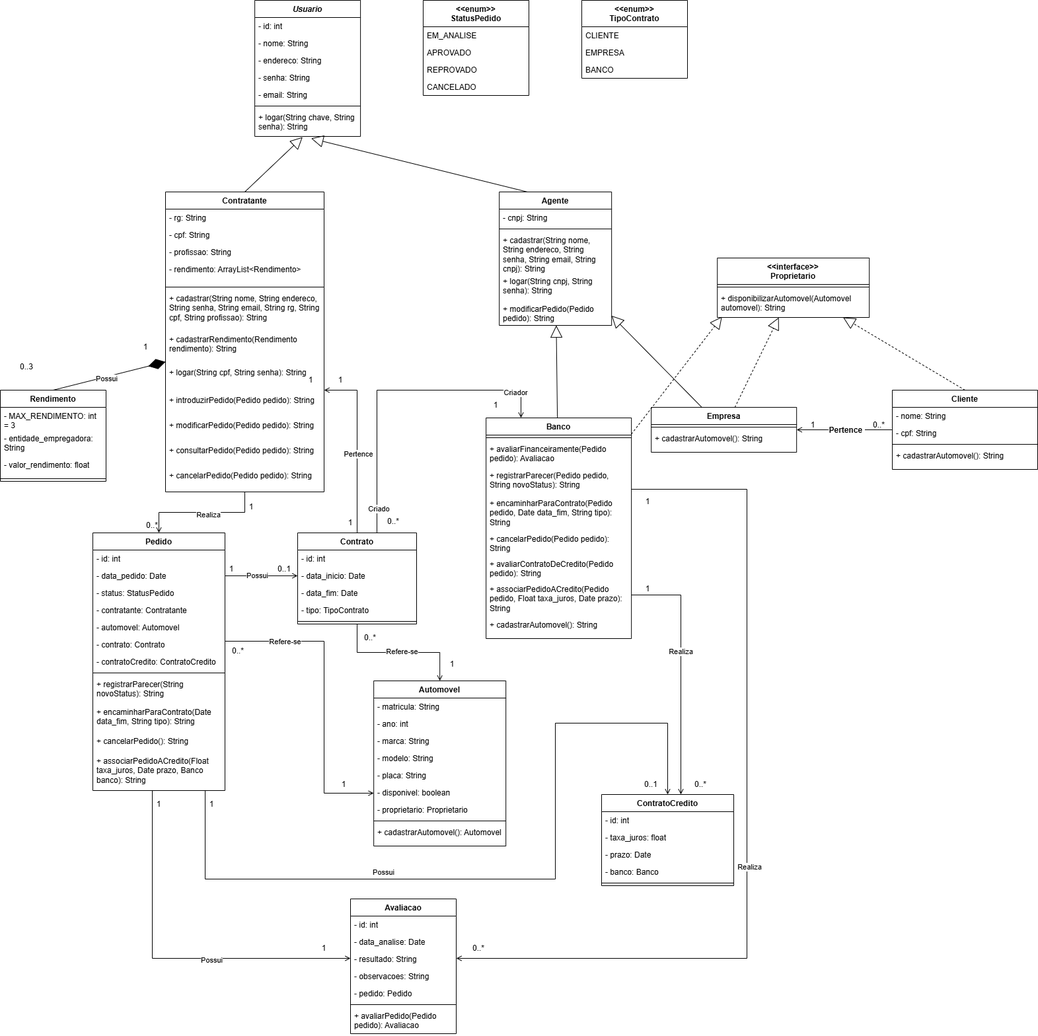
The draw.io diagram docs/diagramas/classes/DiagramaDeClasses.png in barbaragncarvalho/Aluguel-de-Automoveis, before a commit. Source tidied: cells renumbered, new cells last; positions are measured from the earlier drawing's top-left corner, leaving out a move shared by most shapes.
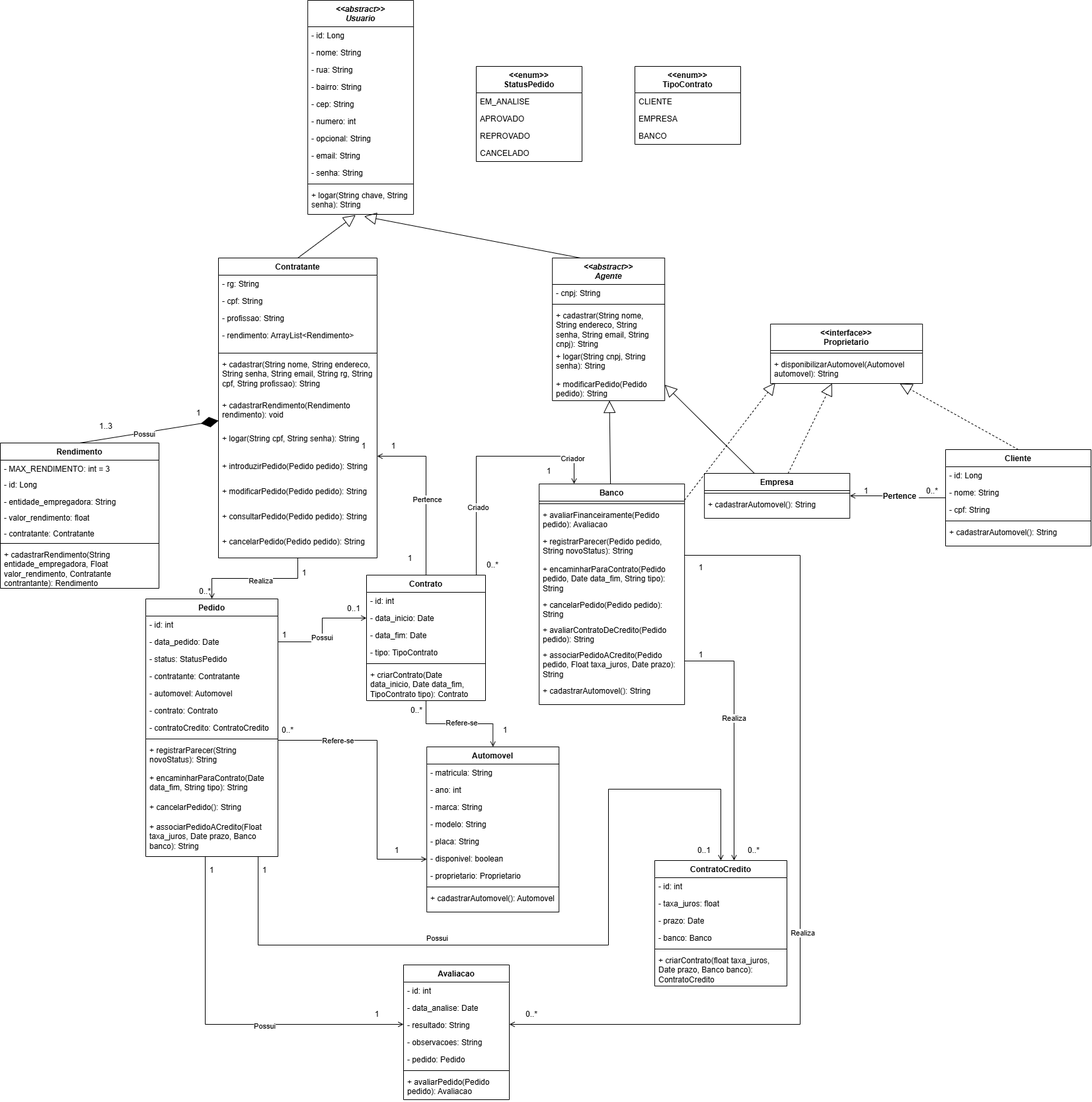
Later version of the same file.

Commit message:
ajustes diagrama de classes

What changed in the source:
```diff
@@ -4,25 +4,37 @@
     <mxCell id="1" parent="0" />
-    <mxCell id="2" value="&lt;i&gt;Usuario&lt;/i&gt;" style="swimlane;fontStyle=1;align=center;verticalAlign=top;horizontal=1;startSize=26;whiteSpace=wrap;html=1;" parent="1" vertex="1">
-      <mxGeometry x="385.1" width="160" height="206" as="geometry" />
+    <mxCell id="2" value="&lt;div&gt;&lt;i&gt;&amp;lt;&amp;lt;abstract&amp;gt;&amp;gt;&lt;/i&gt;&lt;/div&gt;&lt;i&gt;Usuario&lt;/i&gt;" style="swimlane;fontStyle=1;align=center;verticalAlign=top;horizontal=1;startSize=40;whiteSpace=wrap;html=1;" parent="1" vertex="1">
+      <mxGeometry x="385.1" y="-100" width="160" height="324" as="geometry" />
     </mxCell>
-    <mxCell id="3" value="- id: int" style="text;strokeColor=none;fillColor=none;align=left;verticalAlign=top;spacingLeft=4;spacingRight=4;overflow=hidden;whiteSpace=wrap;html=1;" parent="2" vertex="1">
-      <mxGeometry y="26" width="160" height="26" as="geometry" />
+    <mxCell id="3" value="- id: Long" style="text;strokeColor=none;fillColor=none;align=left;verticalAlign=top;spacingLeft=4;spacingRight=4;overflow=hidden;whiteSpace=wrap;html=1;" parent="2" vertex="1">
+      <mxGeometry y="40" width="160" height="26" as="geometry" />
     </mxCell>
     <mxCell id="4" value="- nome: String" style="text;strokeColor=none;fillColor=none;align=left;verticalAlign=top;spacingLeft=4;spacingRight=4;overflow=hidden;whiteSpace=wrap;html=1;" parent="2" vertex="1">
-      <mxGeometry y="52" width="160" height="26" as="geometry" />
+      <mxGeometry y="66" width="160" height="26" as="geometry" />
     </mxCell>
-    <mxCell id="5" value="- endereco: String" style="text;strokeColor=none;fillColor=none;align=left;verticalAlign=top;spacingLeft=4;spacingRight=4;overflow=hidden;whiteSpace=wrap;html=1;" parent="2" vertex="1">
-      <mxGeometry y="78" width="160" height="26" as="geometry" />
+    <mxCell id="5" value="- rua: String" style="text;strokeColor=none;fillColor=none;align=left;verticalAlign=top;spacingLeft=4;spacingRight=4;overflow=hidden;whiteSpace=wrap;html=1;" parent="2" vertex="1">
+      <mxGeometry y="92" width="160" height="26" as="geometry" />
     </mxCell>
+    <mxCell id="163" value="- bairro: String" style="text;strokeColor=none;fillColor=none;align=left;verticalAlign=top;spacingLeft=4;spacingRight=4;overflow=hidden;whiteSpace=wrap;html=1;" parent="2" vertex="1">
+      <mxGeometry y="118" width="160" height="26" as="geometry" />
+    </mxCell>
+    <mxCell id="164" value="- cep: String" style="text;strokeColor=none;fillColor=none;align=left;verticalAlign=top;spacingLeft=4;spacingRight=4;overflow=hidden;whiteSpace=wrap;html=1;" parent="2" vertex="1">
+      <mxGeometry y="144" width="160" height="26" as="geometry" />
+    </mxCell>
+    <mxCell id="165" value="- numero: int" style="text;strokeColor=none;fillColor=none;align=left;verticalAlign=top;spacingLeft=4;spacingRight=4;overflow=hidden;whiteSpace=wrap;html=1;" parent="2" vertex="1">
+      <mxGeometry y="170" width="160" height="26" as="geometry" />
+    </mxCell>
+    <mxCell id="166" value="- opcional: String" style="text;strokeColor=none;fillColor=none;align=left;verticalAlign=top;spacingLeft=4;spacingRight=4;overflow=hidden;whiteSpace=wrap;html=1;" parent="2" vertex="1">
+      <mxGeometry y="196" width="160" height="26" as="geometry" />
+    </mxCell>
+    <mxCell id="7" value="- email: String" style="text;strokeColor=none;fillColor=none;align=left;verticalAlign=top;spacingLeft=4;spacingRight=4;overflow=hidden;whiteSpace=wrap;html=1;" parent="2" vertex="1">
+      <mxGeometry y="222" width="160" height="26" as="geometry" />
+    </mxCell>
     <mxCell id="6" value="- senha: String" style="text;strokeColor=none;fillColor=none;align=left;verticalAlign=top;spacingLeft=4;spacingRight=4;overflow=hidden;whiteSpace=wrap;html=1;" parent="2" vertex="1">
-      <mxGeometry y="104" width="160" height="26" as="geometry" />
+      <mxGeometry y="248" width="160" height="26" as="geometry" />
     </mxCell>
-    <mxCell id="7" value="- email: String" style="text;strokeColor=none;fillColor=none;align=left;verticalAlign=top;spacingLeft=4;spacingRight=4;overflow=hidden;whiteSpace=wrap;html=1;" parent="2" vertex="1">
-      <mxGeometry y="130" width="160" height="26" as="geometry" />
-    </mxCell>
     <mxCell id="8" style="line;strokeWidth=1;fillColor=none;align=left;verticalAlign=middle;spacingTop=-1;spacingLeft=3;spacingRight=3;labelPosition=right;strokeColor=inherit;" parent="2" vertex="1">
-      <mxGeometry y="156" width="160" height="8" as="geometry" />
+      <mxGeometry y="274" width="160" height="8" as="geometry" />
     </mxCell>
     <mxCell id="9" value="+ logar(String chave, String senha): String" style="text;strokeColor=none;fillColor=none;align=left;verticalAlign=top;spacingLeft=4;spacingRight=4;overflow=hidden;points=[[0,0.5],[1,0.5]];portConstraint=eastwest;whiteSpace=wrap;html=1;" parent="2" vertex="1">
-      <mxGeometry y="164" width="160" height="42" as="geometry" />
+      <mxGeometry y="282" width="160" height="42" as="geometry" />
     </mxCell>
@@ -55,3 +67,3 @@
     </mxCell>
-    <mxCell id="19" value="+ cadastrarRendimento(Rendimento rendimento): String" style="text;strokeColor=none;fillColor=none;align=left;verticalAlign=top;spacingLeft=4;spacingRight=4;overflow=hidden;whiteSpace=wrap;html=1;" parent="12" vertex="1">
+    <mxCell id="19" value="+ cadastrarRendimento(Rendimento rendimento): void" style="text;strokeColor=none;fillColor=none;align=left;verticalAlign=top;spacingLeft=4;spacingRight=4;overflow=hidden;whiteSpace=wrap;html=1;" parent="12" vertex="1">
       <mxGeometry y="210" width="240" height="50" as="geometry" />
@@ -73,19 +85,19 @@
     </mxCell>
-    <mxCell id="25" value="Agente" style="swimlane;fontStyle=1;align=center;verticalAlign=top;horizontal=1;startSize=26;whiteSpace=wrap;html=1;" parent="1" vertex="1">
-      <mxGeometry x="755.2" y="290" width="170" height="202" as="geometry" />
+    <mxCell id="25" value="&lt;div&gt;&lt;i&gt;&amp;lt;&amp;lt;abstract&amp;gt;&amp;gt;&lt;/i&gt;&lt;i&gt;&lt;/i&gt;&lt;/div&gt;&lt;i&gt;Agente&lt;/i&gt;" style="swimlane;fontStyle=1;align=center;verticalAlign=top;horizontal=1;startSize=40;whiteSpace=wrap;html=1;" parent="1" vertex="1">
+      <mxGeometry x="755.2" y="290" width="170" height="216" as="geometry" />
     </mxCell>
     <mxCell id="26" value="- cnpj: String" style="text;strokeColor=none;fillColor=none;align=left;verticalAlign=top;spacingLeft=4;spacingRight=4;overflow=hidden;whiteSpace=wrap;html=1;" parent="25" vertex="1">
-      <mxGeometry y="26" width="170" height="26" as="geometry" />
+      <mxGeometry y="40" width="170" height="26" as="geometry" />
     </mxCell>
     <mxCell id="27" style="line;strokeWidth=1;fillColor=none;align=left;verticalAlign=middle;spacingTop=-1;spacingLeft=3;spacingRight=3;labelPosition=right;strokeColor=inherit;" parent="25" vertex="1">
-      <mxGeometry y="52" width="170" height="8" as="geometry" />
+      <mxGeometry y="66" width="170" height="8" as="geometry" />
     </mxCell>
     <mxCell id="28" value="+ cadastrar(String nome, String endereco, String senha, String email, String cnpj): String" style="text;strokeColor=none;fillColor=none;align=left;verticalAlign=top;spacingLeft=4;spacingRight=4;overflow=hidden;whiteSpace=wrap;html=1;" parent="25" vertex="1">
-      <mxGeometry y="60" width="170" height="62" as="geometry" />
+      <mxGeometry y="74" width="170" height="62" as="geometry" />
     </mxCell>
     <mxCell id="29" value="+ logar(String cnpj, String senha): String" style="text;strokeColor=none;fillColor=none;align=left;verticalAlign=top;spacingLeft=4;spacingRight=4;overflow=hidden;whiteSpace=wrap;html=1;" parent="25" vertex="1">
-      <mxGeometry y="122" width="170" height="42" as="geometry" />
+      <mxGeometry y="136" width="170" height="42" as="geometry" />
     </mxCell>
     <mxCell id="30" value="+ modificarPedido(Pedido pedido): String" style="text;strokeColor=none;fillColor=none;align=left;verticalAlign=top;spacingLeft=4;spacingRight=4;overflow=hidden;whiteSpace=wrap;html=1;" parent="25" vertex="1">
-      <mxGeometry y="164" width="170" height="38" as="geometry" />
+      <mxGeometry y="178" width="170" height="38" as="geometry" />
     </mxCell>
@@ -115,3 +127,3 @@
         <Array as="points">
-          <mxPoint x="490" y="970" />
+          <mxPoint x="490" y="1020" />
           <mxPoint x="490" y="1200" />
@@ -165,7 +177,6 @@
     </mxCell>
-    <mxCell id="54" style="edgeStyle=orthogonalEdgeStyle;rounded=0;jettySize=auto;html=1;exitX=0.75;exitY=0;exitDx=0;exitDy=0;endArrow=open;endFill=0;" parent="1" edge="1" source="61" target="106">
+    <mxCell id="54" style="edgeStyle=orthogonalEdgeStyle;rounded=0;jettySize=auto;html=1;endArrow=open;endFill=0;" parent="1" edge="1" source="61" target="106">
       <mxGeometry relative="1" as="geometry">
         <Array as="points">
-          <mxPoint x="570" y="806" />
-          <mxPoint x="570" y="590" />
+          <mxPoint x="640" y="590" />
           <mxPoint x="788" y="590" />
@@ -178,3 +189,5 @@
     <mxCell id="56" value="Criado" style="edgeLabel;html=1;align=center;verticalAlign=middle;" parent="54" vertex="1">
-      <mxGeometry x="-0.79" y="-2" relative="1" as="geometry" />
+      <mxGeometry x="-0.79" y="-2" relative="1" as="geometry">
+        <mxPoint y="-64" as="offset" />
+      </mxGeometry>
     </mxCell>
@@ -197,3 +210,3 @@
     <mxCell id="61" value="Contrato" style="swimlane;fontStyle=1;align=center;verticalAlign=top;horizontal=1;startSize=26;whiteSpace=wrap;html=1;" parent="1" vertex="1">
-      <mxGeometry x="450" y="806" width="180" height="138" as="geometry" />
+      <mxGeometry x="474" y="770" width="180" height="190" as="geometry" />
     </mxCell>
@@ -214,2 +227,5 @@
     </mxCell>
+    <mxCell id="167" value="+ criarContrato(Date data_inicio, Date data_fim, TipoContrato tipo): Contrato" style="text;strokeColor=none;fillColor=none;align=left;verticalAlign=top;spacingLeft=4;spacingRight=4;overflow=hidden;whiteSpace=wrap;html=1;" parent="61" vertex="1">
+      <mxGeometry y="138" width="180" height="52" as="geometry" />
+    </mxCell>
     <mxCell id="67" style="edgeStyle=orthogonalEdgeStyle;rounded=0;jettySize=auto;html=1;exitX=1;exitY=0.5;exitDx=0;exitDy=0;entryX=0;entryY=0.5;entryDx=0;entryDy=0;endArrow=open;endFill=0;" parent="1" edge="1" source="41" target="63">
@@ -224,6 +240,6 @@
     <mxCell id="70" value="0..1" style="text;html=1;align=center;verticalAlign=middle;whiteSpace=wrap;rounded=0;" parent="1" vertex="1">
-      <mxGeometry x="400" y="846" width="60" height="30" as="geometry" />
+      <mxGeometry x="425.1" y="806" width="60" height="30" as="geometry" />
     </mxCell>
     <mxCell id="71" value="1&lt;span style=&quot;color: rgba(0, 0, 0, 0); font-family: monospace; font-size: 0px; text-align: start; text-wrap-mode: nowrap;&quot;&gt;%3CmxGraphModel%3E%3Croot%3E%3CmxCell%20id%3D%220%22%2F%3E%3CmxCell%20id%3D%221%22%20parent%3D%220%22%2F%3E%3CmxCell%20id%3D%222%22%20value%3D%22-%20data_pedido%3A%20Date%22%20style%3D%22text%3BstrokeColor%3Dnone%3BfillColor%3Dnone%3Balign%3Dleft%3BverticalAlign%3Dtop%3BspacingLeft%3D4%3BspacingRight%3D4%3Boverflow%3Dhidden%3Brotatable%3D0%3Bpoints%3D%5B%5B0%2C0.5%5D%2C%5B1%2C0.5%5D%5D%3BportConstraint%3Deastwest%3BwhiteSpace%3Dwrap%3Bhtml%3D1%3B%22%20vertex%3D%221%22%20parent%3D%221%22%3E%3CmxGeometry%20x%3D%22230%22%20y%3D%22472%22%20width%3D%22160%22%20height%3D%2226%22%20as%3D%22geometry%22%2F%3E%3C%2FmxCell%3E%3C%2Froot%3E%3C%2FmxGraphModel%3E&lt;/span&gt;" style="text;html=1;align=center;verticalAlign=middle;whiteSpace=wrap;rounded=0;" parent="1" vertex="1">
-      <mxGeometry x="500" y="776" width="60" height="30" as="geometry" />
+      <mxGeometry x="510" y="730" width="60" height="30" as="geometry" />
     </mxCell>
@@ -236,19 +252,28 @@
     <mxCell id="74" value="0..*" style="text;html=1;align=center;verticalAlign=middle;whiteSpace=wrap;rounded=0;" parent="1" vertex="1">
-      <mxGeometry x="565.2" y="774" width="60" height="30" as="geometry" />
+      <mxGeometry x="635.2" y="740" width="60" height="30" as="geometry" />
     </mxCell>
     <mxCell id="75" value="Rendimento" style="swimlane;fontStyle=1;align=center;verticalAlign=top;horizontal=1;startSize=26;whiteSpace=wrap;html=1;" parent="1" vertex="1">
-      <mxGeometry y="590" width="160" height="138" as="geometry" />
+      <mxGeometry x="-80" y="570" width="240" height="220" as="geometry" />
     </mxCell>
+    <mxCell id="78" value="- MAX_RENDIMENTO: int = 3" style="text;strokeColor=none;fillColor=none;align=left;verticalAlign=top;spacingLeft=4;spacingRight=4;overflow=hidden;whiteSpace=wrap;html=1;" parent="75" vertex="1">
+      <mxGeometry y="26" width="240" height="24" as="geometry" />
+    </mxCell>
+    <mxCell id="168" value="- id: Long" style="text;strokeColor=none;fillColor=none;align=left;verticalAlign=top;spacingLeft=4;spacingRight=4;overflow=hidden;whiteSpace=wrap;html=1;" parent="75" vertex="1">
+      <mxGeometry y="50" width="240" height="26" as="geometry" />
+    </mxCell>
-    <mxCell id="76" value="- MAX_RENDIMENTO: int = 3&lt;div&gt;- entidade_empregadora: String&lt;/div&gt;" style="text;strokeColor=none;fillColor=none;align=left;verticalAlign=top;spacingLeft=4;spacingRight=4;overflow=hidden;whiteSpace=wrap;html=1;" parent="75" vertex="1">
-      <mxGeometry y="26" width="160" height="34" as="geometry" />
+    <mxCell id="76" value="&lt;div&gt;- entidade_empregadora: String&lt;/div&gt;" style="text;strokeColor=none;fillColor=none;align=left;verticalAlign=top;spacingLeft=4;spacingRight=4;overflow=hidden;whiteSpace=wrap;html=1;" parent="75" vertex="1">
+      <mxGeometry y="76" width="240" height="24" as="geometry" />
     </mxCell>
-    <mxCell id="77" value="- entidade_empregadora: String" style="text;strokeColor=none;fillColor=none;align=left;verticalAlign=top;spacingLeft=4;spacingRight=4;overflow=hidden;whiteSpace=wrap;html=1;" parent="75" vertex="1">
-      <mxGeometry y="60" width="160" height="40" as="geometry" />
-    </mxCell>
-    <mxCell id="78" value="- valor_rendimento: float" style="text;strokeColor=none;fillColor=none;align=left;verticalAlign=top;spacingLeft=4;spacingRight=4;overflow=hidden;whiteSpace=wrap;html=1;" parent="75" vertex="1">
-      <mxGeometry y="100" width="160" height="30" as="geometry" />
-    </mxCell>
+    <mxCell id="169" value="- valor_rendimento: float" style="text;strokeColor=none;fillColor=none;align=left;verticalAlign=top;spacingLeft=4;spacingRight=4;overflow=hidden;whiteSpace=wrap;html=1;" parent="75" vertex="1">
+      <mxGeometry y="100" width="240" height="24" as="geometry" />
+    </mxCell>
+    <mxCell id="170" value="- contratante: Contratante" style="text;strokeColor=none;fillColor=none;align=left;verticalAlign=top;spacingLeft=4;spacingRight=4;overflow=hidden;whiteSpace=wrap;html=1;" parent="75" vertex="1">
+      <mxGeometry y="124" width="240" height="24" as="geometry" />
+    </mxCell>
     <mxCell id="79" style="line;strokeWidth=1;fillColor=none;align=left;verticalAlign=middle;spacingTop=-1;spacingLeft=3;spacingRight=3;labelPosition=right;strokeColor=inherit;" parent="75" vertex="1">
-      <mxGeometry y="130" width="160" height="8" as="geometry" />
+      <mxGeometry y="148" width="240" height="8" as="geometry" />
     </mxCell>
+    <mxCell id="171" value="+ cadastrarRendimento(String entidade_empregadora, Float valor_rendimento, Contratante contrantante): Rendimento" style="text;strokeColor=none;fillColor=none;align=left;verticalAlign=top;spacingLeft=4;spacingRight=4;overflow=hidden;whiteSpace=wrap;html=1;" parent="75" vertex="1">
+      <mxGeometry y="156" width="240" height="64" as="geometry" />
+    </mxCell>
     <mxCell id="80" style="endArrow=diamondThin;endFill=1;endSize=24;html=1;rounded=0;exitX=0.5;exitY=0;exitDx=0;exitDy=0;" parent="1" edge="1" source="75" target="12">
@@ -262,4 +287,4 @@
     </mxCell>
-    <mxCell id="83" value="0..3" style="text;html=1;align=center;verticalAlign=middle;whiteSpace=wrap;rounded=0;" parent="1" vertex="1">
-      <mxGeometry x="10" y="540" width="60" height="30" as="geometry" />
+    <mxCell id="83" value="1..3" style="text;html=1;align=center;verticalAlign=middle;whiteSpace=wrap;rounded=0;" parent="1" vertex="1">
+      <mxGeometry x="50" y="530" width="60" height="30" as="geometry" />
     </mxCell>
@@ -327,3 +352,3 @@
     <mxCell id="100" value="ContratoCredito" style="swimlane;fontStyle=1;align=center;verticalAlign=top;horizontal=1;startSize=26;whiteSpace=wrap;html=1;" parent="1" vertex="1">
-      <mxGeometry x="910" y="1202" width="200" height="138" as="geometry" />
+      <mxGeometry x="910" y="1202" width="200" height="190" as="geometry" />
     </mxCell>
@@ -344,2 +369,5 @@
     </mxCell>
+    <mxCell id="172" value="+ criarContrato(float taxa_juros, Date prazo, Banco banco): ContratoCredito" style="text;strokeColor=none;fillColor=none;align=left;verticalAlign=top;spacingLeft=4;spacingRight=4;overflow=hidden;whiteSpace=wrap;html=1;" parent="100" vertex="1">
+      <mxGeometry y="138" width="200" height="52" as="geometry" />
+    </mxCell>
     <mxCell id="106" value="Banco" style="swimlane;fontStyle=1;align=center;verticalAlign=top;horizontal=1;startSize=26;whiteSpace=wrap;html=1;" parent="1" vertex="1">
@@ -466,15 +494,18 @@
     <mxCell id="141" value="Cliente" style="swimlane;fontStyle=1;align=center;verticalAlign=top;horizontal=1;startSize=26;whiteSpace=wrap;html=1;" parent="1" vertex="1">
-      <mxGeometry x="1350" y="590" width="220" height="120" as="geometry" />
+      <mxGeometry x="1350" y="580" width="220" height="146" as="geometry" />
     </mxCell>
+    <mxCell id="173" value="- id: Long" style="text;strokeColor=none;fillColor=none;align=left;verticalAlign=top;spacingLeft=4;spacingRight=4;overflow=hidden;whiteSpace=wrap;html=1;" parent="141" vertex="1">
+      <mxGeometry y="26" width="220" height="26" as="geometry" />
+    </mxCell>
     <mxCell id="142" value="- nome: String" style="text;strokeColor=none;fillColor=none;align=left;verticalAlign=top;spacingLeft=4;spacingRight=4;overflow=hidden;whiteSpace=wrap;html=1;" parent="141" vertex="1">
-      <mxGeometry y="26" width="220" height="26" as="geometry" />
+      <mxGeometry y="52" width="220" height="26" as="geometry" />
     </mxCell>
     <mxCell id="143" value="- cpf: String" style="text;strokeColor=none;fillColor=none;align=left;verticalAlign=top;spacingLeft=4;spacingRight=4;overflow=hidden;whiteSpace=wrap;html=1;" parent="141" vertex="1">
-      <mxGeometry y="52" width="220" height="26" as="geometry" />
+      <mxGeometry y="78" width="220" height="26" as="geometry" />
     </mxCell>
     <mxCell id="144" style="line;strokeWidth=1;fillColor=none;align=left;verticalAlign=middle;spacingTop=-1;spacingLeft=3;spacingRight=3;labelPosition=right;strokeColor=inherit;" parent="141" vertex="1">
-      <mxGeometry y="78" width="220" height="8" as="geometry" />
+      <mxGeometry y="104" width="220" height="8" as="geometry" />
     </mxCell>
     <mxCell id="145" value="+ cadastrarAutomovel(): String" style="text;strokeColor=none;fillColor=none;align=left;verticalAlign=top;spacingLeft=4;spacingRight=4;overflow=hidden;whiteSpace=wrap;html=1;" parent="141" vertex="1">
-      <mxGeometry y="86" width="220" height="34" as="geometry" />
+      <mxGeometry y="112" width="220" height="34" as="geometry" />
     </mxCell>
@@ -508,3 +539,3 @@
     <mxCell id="155" value="0..*" style="text;html=1;align=center;verticalAlign=middle;whiteSpace=wrap;rounded=0;" parent="1" vertex="1">
-      <mxGeometry x="330" y="970" width="60" height="30" as="geometry" />
+      <mxGeometry x="325.1" y="990" width="60" height="30" as="geometry" />
     </mxCell>
@@ -526,6 +557,6 @@
     <mxCell id="161" value="0..*" style="text;html=1;align=center;verticalAlign=middle;whiteSpace=wrap;rounded=0;" parent="1" vertex="1">
-      <mxGeometry x="530" y="950" width="60" height="30" as="geometry" />
+      <mxGeometry x="520" y="960" width="60" height="30" as="geometry" />
     </mxCell>
     <mxCell id="162" value="Refere-se" style="edgeLabel;html=1;align=center;verticalAlign=middle;" parent="1" vertex="1">
-      <mxGeometry x="430" y="970" as="geometry" />
+      <mxGeometry x="430" y="1020" as="geometry" />
     </mxCell>
```
